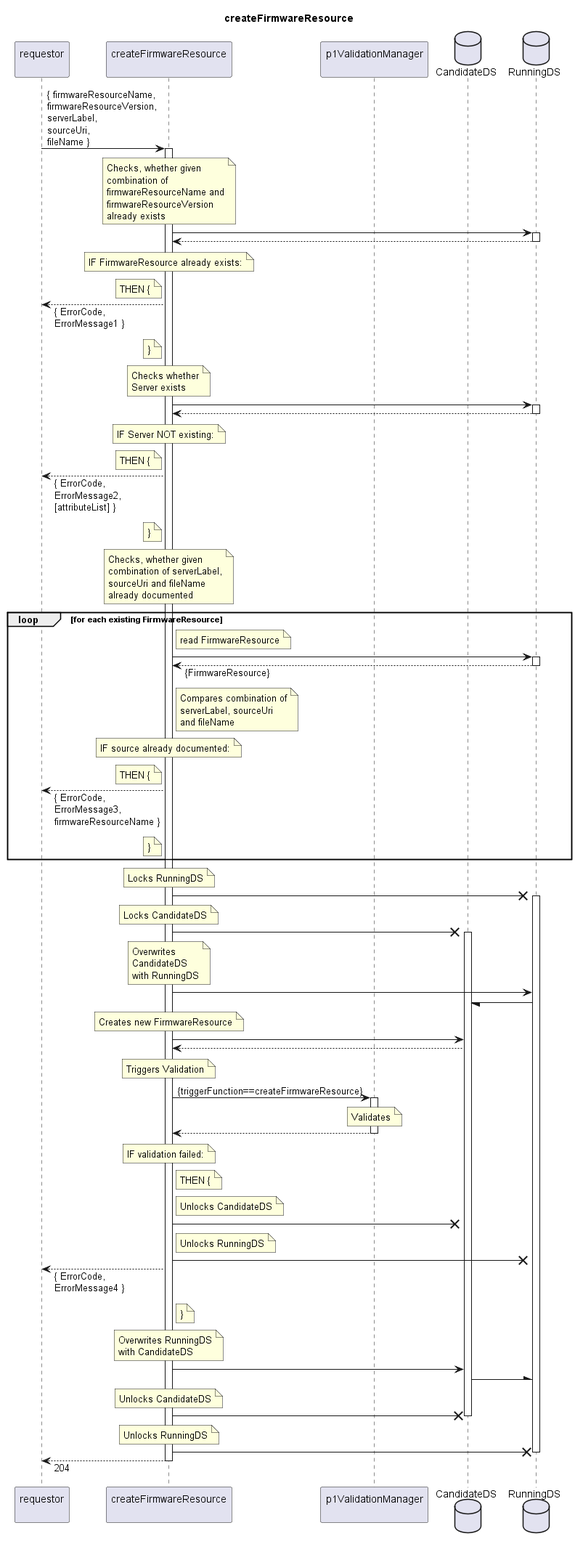
This is spec/Services/createFirmwareResource/1.0.0/createFirmwareResource.png from openBackhaul/FirmWareManager, a PlantUML export, as it was before one commit.
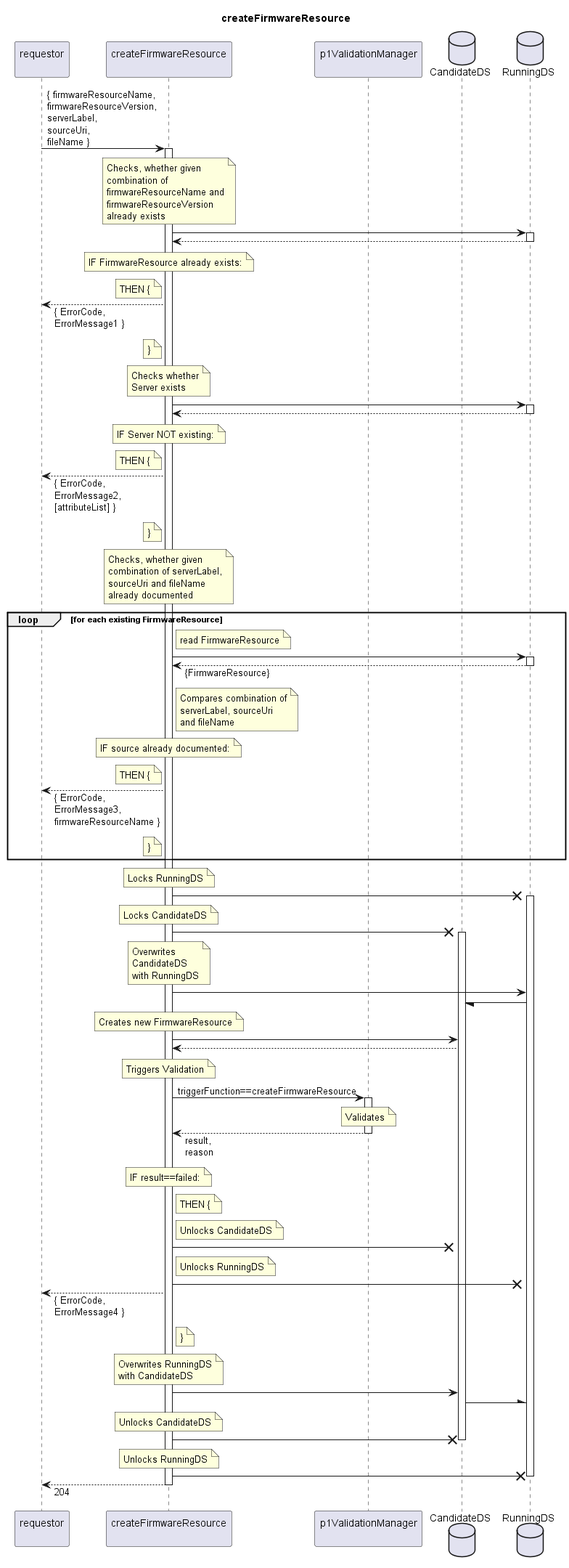
The same file after the commit.

Change to the diagram source:
```diff
@@ -113,15 +113,15 @@
   note over indServ
     Triggers Validation
   end note
-  indServ -> valiMan: {triggerFunction==createFirmwareResource}
+  indServ -> valiMan: triggerFunction==createFirmwareResource
   activate valiMan
     note over valiMan
       Validates
     end note
-  indServ <-- valiMan
+  indServ <-- valiMan: result,\nreason
   deactivate valiMan
   note over indServ
-    IF validation failed:
+    IF result==failed:
   end note
   note right indServ
     THEN {
```
